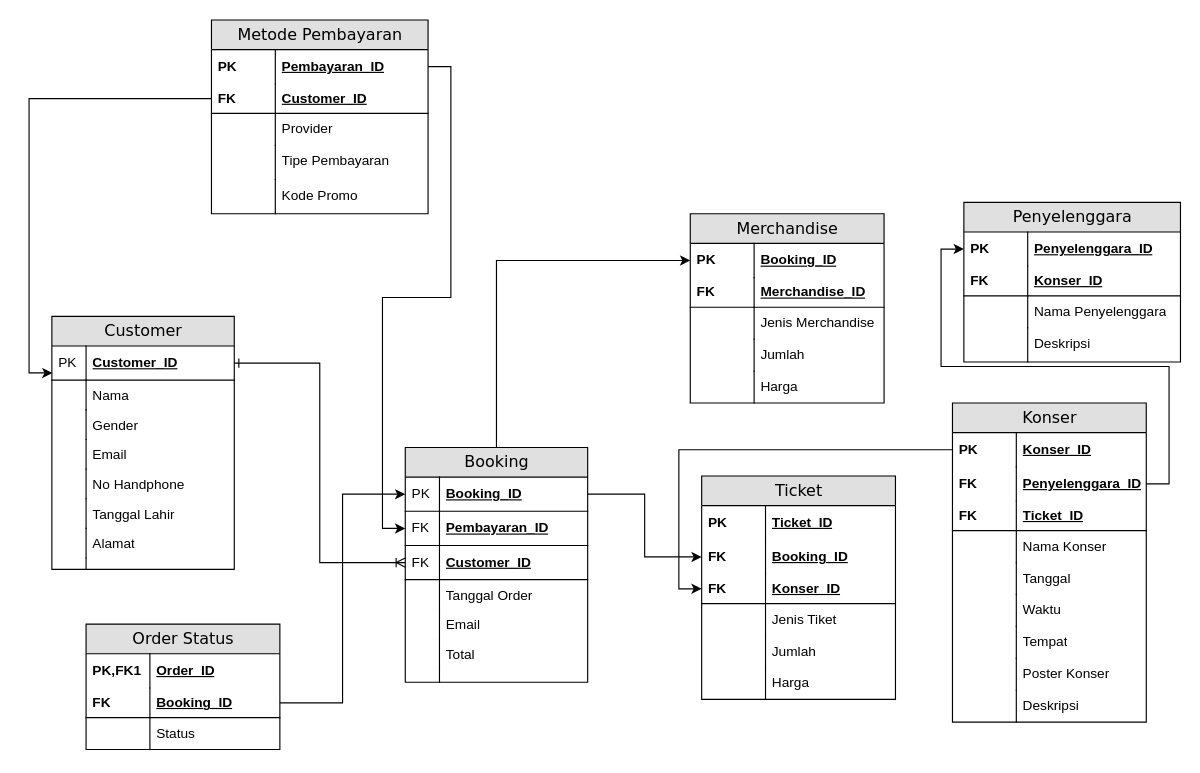
HikariReiziq/ERD_Database-System keeps this draw.io diagram as page "Page-2" (1 of 2) of Untitled Diagram.drawio. Above is the earlier version. Source tidied: cells renumbered, new cells numbered last; positions are measured from the earlier drawing's top-left corner, leaving out a move shared by most shapes. Both pictures are drawn from the tidied source at 114%, with x=0, y=0 at pixel (51, 19).
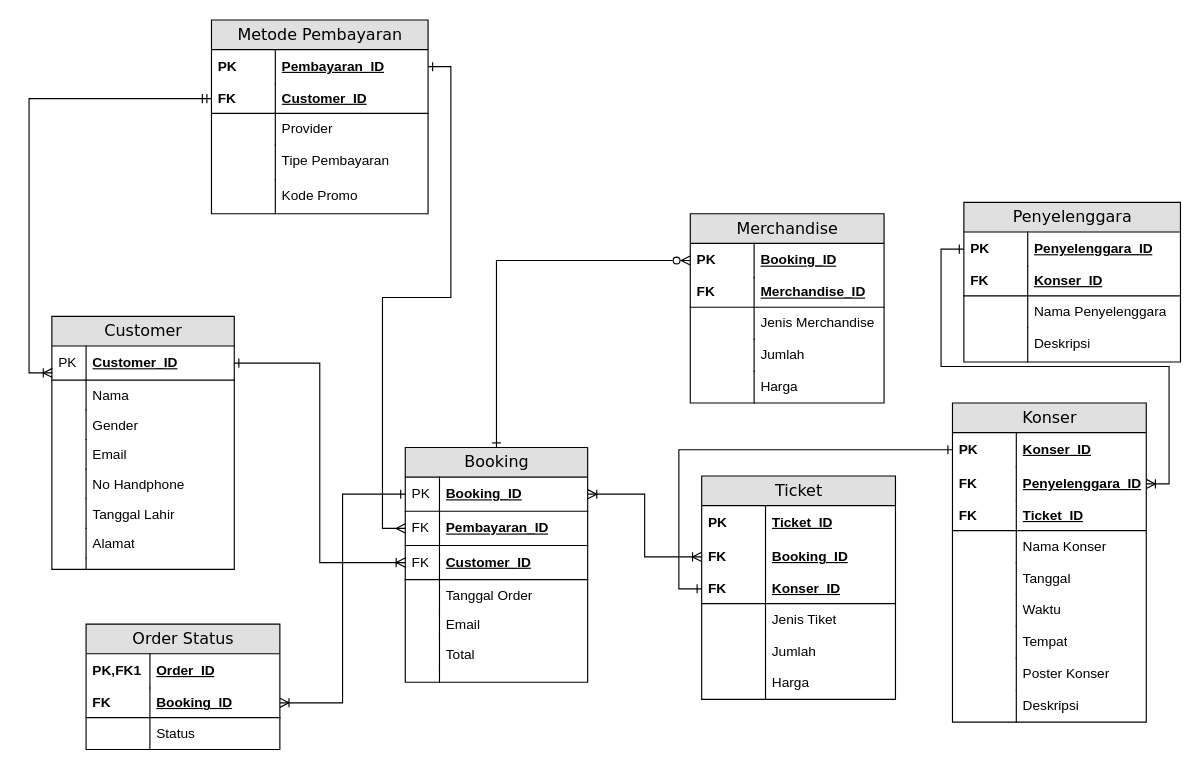
After the change.

The change refers to these unchanged cells:
```xml
<mxCell id="3" value="Customer_ID" style="shape=partialRectangle;top=0;left=0;right=0;bottom=1;html=1;align=left;verticalAlign=middle;fillColor=none;spacingLeft=34;spacingRight=4;whiteSpace=wrap;overflow=hidden;points=[[0,0.5],[1,0.5]];portConstraint=eastwest;fontStyle=5;" parent="2" vertex="1">
  <mxGeometry y="26" width="160" height="30" as="geometry" />
</mxCell>
<mxCell id="20" value="Booking" style="swimlane;html=1;fontStyle=0;horizontal=1;startSize=26;fillColor=#e0e0e0;swimlaneFillColor=#ffffff;align=center;rounded=0;shadow=0;comic=0;labelBackgroundColor=none;strokeWidth=1;fontFamily=Verdana;fontSize=14;" parent="1" vertex="1">
  <mxGeometry x="310" y="375" width="160" height="206" as="geometry" />
</mxCell>
<mxCell id="21" value="Booking_ID" style="shape=partialRectangle;top=0;left=0;right=0;bottom=1;html=1;align=left;verticalAlign=middle;fillColor=none;spacingLeft=34;spacingRight=4;whiteSpace=wrap;overflow=hidden;points=[[0,0.5],[1,0.5]];portConstraint=eastwest;fontStyle=5;" parent="20" vertex="1">
  <mxGeometry y="26" width="160" height="30" as="geometry" />
</mxCell>
<mxCell id="23" value="Pembayaran_ID" style="shape=partialRectangle;top=0;left=0;right=0;bottom=1;html=1;align=left;verticalAlign=middle;fillColor=none;spacingLeft=34;spacingRight=4;whiteSpace=wrap;overflow=hidden;points=[[0,0.5],[1,0.5]];portConstraint=eastwest;fontStyle=5;" parent="20" vertex="1">
  <mxGeometry y="56" width="160" height="30" as="geometry" />
</mxCell>
<mxCell id="37" value="Booking_ID" style="shape=partialRectangle;top=0;left=0;right=0;bottom=0;html=1;align=left;verticalAlign=middle;fillColor=none;spacingLeft=60;spacingRight=4;whiteSpace=wrap;overflow=hidden;points=[[0,0.5],[1,0.5]];portConstraint=eastwest;fontStyle=5;" parent="36" vertex="1">
  <mxGeometry y="26" width="170" height="30" as="geometry" />
</mxCell>
<mxCell id="50" value="Booking_ID" style="shape=partialRectangle;top=0;left=0;right=0;bottom=0;html=1;align=left;verticalAlign=middle;fillColor=none;spacingLeft=60;spacingRight=4;whiteSpace=wrap;overflow=hidden;points=[[0,0.5],[1,0.5]];portConstraint=eastwest;fontStyle=5;" parent="47" vertex="1">
  <mxGeometry y="56" width="170" height="30" as="geometry" />
</mxCell>
<mxCell id="52" value="Konser_ID" style="shape=partialRectangle;top=0;left=0;right=0;bottom=1;html=1;align=left;verticalAlign=middle;fillColor=none;spacingLeft=60;spacingRight=4;whiteSpace=wrap;overflow=hidden;points=[[0,0.5],[1,0.5]];portConstraint=eastwest;fontStyle=5;" parent="47" vertex="1">
  <mxGeometry y="86" width="170" height="26" as="geometry" />
</mxCell>
<mxCell id="61" value="Konser_ID" style="shape=partialRectangle;top=0;left=0;right=0;bottom=0;html=1;align=left;verticalAlign=middle;fillColor=none;spacingLeft=60;spacingRight=4;whiteSpace=wrap;overflow=hidden;points=[[0,0.5],[1,0.5]];portConstraint=eastwest;fontStyle=5;" parent="60" vertex="1">
  <mxGeometry y="26" width="170" height="30" as="geometry" />
</mxCell>
<mxCell id="63" value="Penyelenggara_ID" style="shape=partialRectangle;top=0;left=0;right=0;bottom=0;html=1;align=left;verticalAlign=middle;fillColor=none;spacingLeft=60;spacingRight=4;whiteSpace=wrap;overflow=hidden;points=[[0,0.5],[1,0.5]];portConstraint=eastwest;fontStyle=5;" parent="60" vertex="1">
  <mxGeometry y="56" width="170" height="30" as="geometry" />
</mxCell>
<mxCell id="80" value="Penyelenggara_ID" style="shape=partialRectangle;top=0;left=0;right=0;bottom=0;html=1;align=left;verticalAlign=middle;fillColor=none;spacingLeft=60;spacingRight=4;whiteSpace=wrap;overflow=hidden;points=[[0,0.5],[1,0.5]];portConstraint=eastwest;fontStyle=5;" parent="79" vertex="1">
  <mxGeometry y="26" width="190" height="30" as="geometry" />
</mxCell>
<mxCell id="90" value="Pembayaran_ID" style="shape=partialRectangle;top=0;left=0;right=0;bottom=0;html=1;align=left;verticalAlign=middle;fillColor=none;spacingLeft=60;spacingRight=4;whiteSpace=wrap;overflow=hidden;points=[[0,0.5],[1,0.5]];portConstraint=eastwest;fontStyle=5;" parent="89" vertex="1">
  <mxGeometry y="26" width="190" height="30" as="geometry" />
</mxCell>
<mxCell id="92" value="Customer_ID" style="shape=partialRectangle;top=0;left=0;right=0;bottom=1;html=1;align=left;verticalAlign=middle;fillColor=none;spacingLeft=60;spacingRight=4;whiteSpace=wrap;overflow=hidden;points=[[0,0.5],[1,0.5]];portConstraint=eastwest;fontStyle=5;" parent="89" vertex="1">
  <mxGeometry y="56" width="190" height="26" as="geometry" />
</mxCell>
<mxCell id="107" value="Booking_ID" style="shape=partialRectangle;top=0;left=0;right=0;bottom=1;html=1;align=left;verticalAlign=middle;fillColor=none;spacingLeft=60;spacingRight=4;whiteSpace=wrap;overflow=hidden;points=[[0,0.5],[1,0.5]];portConstraint=eastwest;fontStyle=5;" parent="104" vertex="1">
  <mxGeometry y="56" width="170" height="26" as="geometry" />
</mxCell>
```

What changed in the source:
```diff
@@
-    <mxCell id="19" style="edgeStyle=orthogonalEdgeStyle;rounded=0;jettySize=auto;html=1;" parent="1" edge="1" source="20" target="37">
+    <mxCell id="19" style="edgeStyle=orthogonalEdgeStyle;rounded=0;jettySize=auto;html=1;startArrow=ERone;startFill=0;endArrow=ERzeroToMany;endFill=0;" parent="1" edge="1" source="20" target="37">
       <mxGeometry relative="1" as="geometry" />
     </mxCell>
@@
-    <mxCell id="88" style="edgeStyle=orthogonalEdgeStyle;rounded=0;jettySize=auto;html=1;" parent="1" edge="1" source="63" target="80">
+    <mxCell id="88" style="edgeStyle=orthogonalEdgeStyle;rounded=0;jettySize=auto;html=1;startArrow=ERoneToMany;startFill=0;endArrow=ERone;endFill=0;" parent="1" edge="1" source="63" target="80">
       <mxGeometry relative="1" as="geometry" />
     </mxCell>
@@
-    <mxCell id="100" style="edgeStyle=orthogonalEdgeStyle;rounded=0;jettySize=auto;html=1;entryX=0.003;entryY=0.788;entryDx=0;entryDy=0;entryPerimeter=0;" parent="1" edge="1" source="92" target="3">
+    <mxCell id="100" style="edgeStyle=orthogonalEdgeStyle;rounded=0;jettySize=auto;html=1;entryX=0.003;entryY=0.788;entryDx=0;entryDy=0;entryPerimeter=0;startArrow=ERmandOne;startFill=0;endArrow=ERoneToMany;endFill=0;" parent="1" edge="1" source="92" target="3">
       <mxGeometry relative="1" as="geometry" />
     </mxCell>
-    <mxCell id="101" style="edgeStyle=orthogonalEdgeStyle;rounded=0;jettySize=auto;html=1;entryX=0;entryY=0.5;entryDx=0;entryDy=0;" parent="1" edge="1" source="90" target="23">
+    <mxCell id="101" style="edgeStyle=orthogonalEdgeStyle;rounded=0;jettySize=auto;html=1;entryX=0;entryY=0.5;entryDx=0;entryDy=0;startArrow=ERone;startFill=0;endArrow=ERmany;endFill=0;" parent="1" edge="1" source="90" target="23">
       <mxGeometry relative="1" as="geometry" />
     </mxCell>
-    <mxCell id="102" style="edgeStyle=orthogonalEdgeStyle;rounded=0;jettySize=auto;html=1;entryX=0;entryY=0.5;entryDx=0;entryDy=0;" parent="1" edge="1" source="61" target="52">
+    <mxCell id="102" style="edgeStyle=orthogonalEdgeStyle;rounded=0;jettySize=auto;html=1;entryX=0;entryY=0.5;entryDx=0;entryDy=0;startArrow=ERone;startFill=0;endArrow=ERone;endFill=0;" parent="1" edge="1" source="61" target="52">
       <mxGeometry relative="1" as="geometry" />
     </mxCell>
-    <mxCell id="103" style="edgeStyle=orthogonalEdgeStyle;rounded=0;jettySize=auto;html=1;entryX=0;entryY=0.5;entryDx=0;entryDy=0;" parent="1" edge="1" source="21" target="50">
+    <mxCell id="103" style="edgeStyle=orthogonalEdgeStyle;rounded=0;jettySize=auto;html=1;entryX=0;entryY=0.5;entryDx=0;entryDy=0;startArrow=ERoneToMany;startFill=0;endArrow=ERoneToMany;endFill=0;" parent="1" edge="1" source="21" target="50">
       <mxGeometry relative="1" as="geometry" />
     </mxCell>
@@
-    <mxCell id="111" style="edgeStyle=orthogonalEdgeStyle;rounded=0;jettySize=auto;html=1;" parent="1" edge="1" source="107" target="21">
+    <mxCell id="111" style="edgeStyle=orthogonalEdgeStyle;rounded=0;jettySize=auto;html=1;startArrow=ERoneToMany;startFill=0;endArrow=ERone;endFill=0;" parent="1" edge="1" source="107" target="21">
       <mxGeometry relative="1" as="geometry" />
     </mxCell>
```
